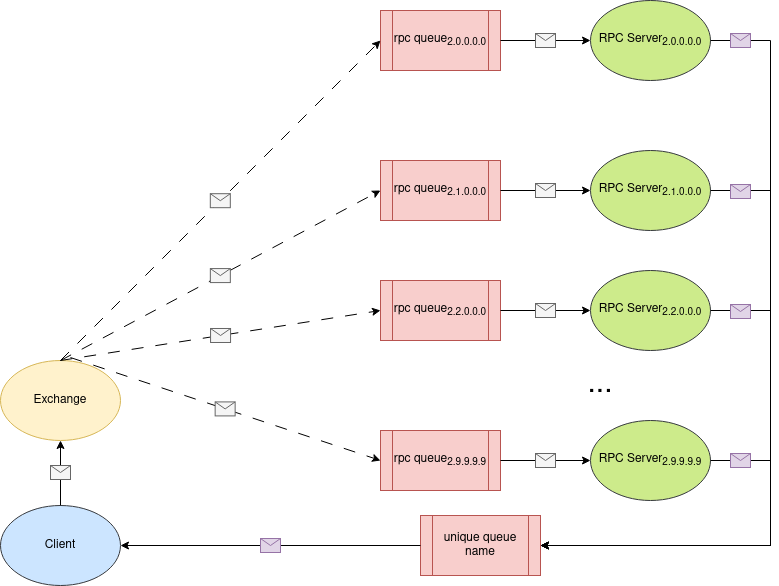
Above: resources/rpc_diagram.png in danyk20/CMS_DAQ_simulation (draw.io), before the change. Source tidied: cells renumbered, new cells last; positions are measured from the earlier drawing's top-left corner, leaving out a move shared by most shapes.
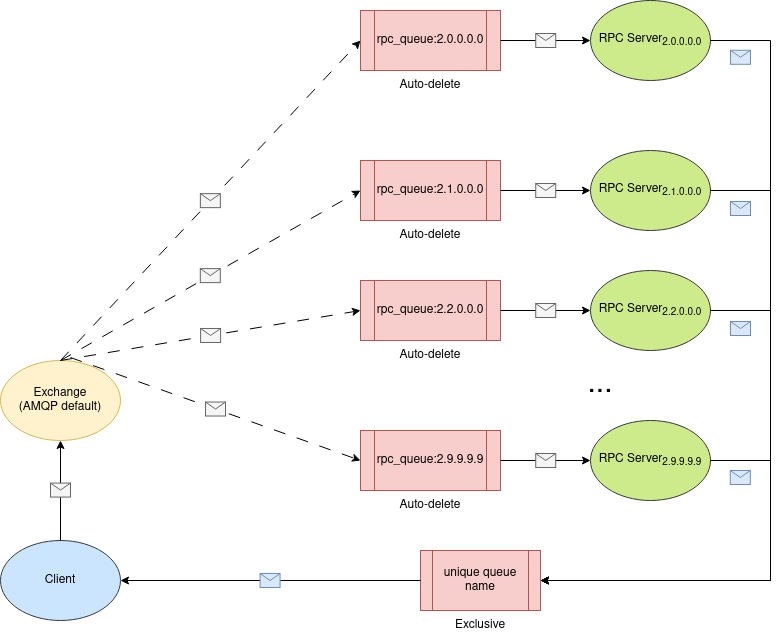
The same diagram one commit later.

Commit message:
docs: update diagrams to reflect current state

What changed in the source:
```diff
@@ -2,17 +2,17 @@
   <root>
     <mxCell id="0" />
     <mxCell id="1" parent="0" />
-    <mxCell id="2" value="Exchange" style="ellipse;whiteSpace=wrap;html=1;fillColor=#fff2cc;strokeColor=#d6b656;" parent="1" vertex="1">
+    <mxCell id="2" value="&lt;div&gt;Exchange&lt;/div&gt;&lt;div&gt;(AMQP default)&lt;br&gt;&lt;/div&gt;" style="ellipse;whiteSpace=wrap;html=1;fillColor=#fff2cc;strokeColor=#d6b656;" parent="1" vertex="1">
       <mxGeometry y="360" width="120" height="80" as="geometry" />
     </mxCell>
     <mxCell id="3" value="RPC Server&lt;sub&gt;2.0.0.0.0&lt;/sub&gt;" style="ellipse;whiteSpace=wrap;html=1;fillColor=#cdeb8b;strokeColor=#36393d;" parent="1" vertex="1">
       <mxGeometry x="590" width="120" height="80" as="geometry" />
     </mxCell>
-    <mxCell id="4" value="rpc queue&lt;sub&gt;2.0.0.0.0&lt;/sub&gt;" style="shape=process;whiteSpace=wrap;html=1;backgroundOutline=1;fillColor=#f8cecc;strokeColor=#b85450;" parent="1" vertex="1">
-      <mxGeometry x="380" y="10" width="120" height="60" as="geometry" />
+    <mxCell id="4" value="rpc_queue:2.0.0.0.0" style="shape=process;whiteSpace=wrap;html=1;backgroundOutline=1;fillColor=#f8cecc;strokeColor=#b85450;" parent="1" vertex="1">
+      <mxGeometry x="360" y="10" width="140" height="60" as="geometry" />
     </mxCell>
     <mxCell id="5" value="unique queue name" style="shape=process;whiteSpace=wrap;html=1;backgroundOutline=1;fillColor=#f8cecc;strokeColor=#b85450;" parent="1" vertex="1">
-      <mxGeometry x="420" y="515" width="120" height="60" as="geometry" />
+      <mxGeometry x="420" y="550" width="120" height="60" as="geometry" />
     </mxCell>
     <mxCell id="6" style="endArrow=classic;html=1;rounded=0;exitX=0.5;exitY=0;exitDx=0;exitDy=0;entryX=0;entryY=0.5;entryDx=0;entryDy=0;dashed=1;dashPattern=12 12;" parent="1" edge="1" source="2" target="4">
       <mxGeometry relative="1" as="geometry" />
@@ -33,7 +33,7 @@
     <mxCell id="10" style="endArrow=classic;html=1;rounded=0;entryX=1;entryY=0.5;entryDx=0;entryDy=0;exitX=0;exitY=0.5;exitDx=0;exitDy=0;" parent="1" edge="1" source="5" target="33">
       <mxGeometry relative="1" as="geometry" />
     </mxCell>
-    <mxCell id="11" style="shape=message;html=1;fillColor=#e1d5e7;strokeColor=#9673a6;" parent="10" vertex="1">
+    <mxCell id="11" style="shape=message;html=1;fillColor=#dae8fc;strokeColor=#6c8ebf;" parent="10" vertex="1">
       <mxGeometry width="20" height="14" relative="1" as="geometry">
         <mxPoint x="-10" y="-7" as="offset" />
       </mxGeometry>
@@ -42,11 +42,11 @@
       <mxGeometry relative="1" as="geometry">
         <Array as="points">
           <mxPoint x="770" y="40" />
-          <mxPoint x="770" y="545" />
+          <mxPoint x="770" y="580" />
         </Array>
       </mxGeometry>
     </mxCell>
-    <mxCell id="13" style="shape=message;html=1;fillColor=#e1d5e7;strokeColor=#9673a6;" parent="12" vertex="1">
+    <mxCell id="13" style="shape=message;html=1;fillColor=#dae8fc;strokeColor=#6c8ebf;" parent="12" vertex="1">
       <mxGeometry width="20" height="14" relative="1" as="geometry">
         <mxPoint x="-40" y="-345" as="offset" />
       </mxGeometry>
@@ -54,8 +54,8 @@
     <mxCell id="14" value="RPC Server&lt;sub&gt;2.1.0.0.0&lt;/sub&gt;" style="ellipse;whiteSpace=wrap;html=1;fillColor=#cdeb8b;strokeColor=#36393d;" parent="1" vertex="1">
       <mxGeometry x="590" y="150" width="120" height="80" as="geometry" />
     </mxCell>
-    <mxCell id="15" value="rpc queue&lt;sub&gt;2.1.0.0.0&lt;/sub&gt;" style="shape=process;whiteSpace=wrap;html=1;backgroundOutline=1;fillColor=#f8cecc;strokeColor=#b85450;" parent="1" vertex="1">
-      <mxGeometry x="380" y="160" width="120" height="60" as="geometry" />
+    <mxCell id="15" value="rpc_queue:2.1.0.0.0" style="shape=process;whiteSpace=wrap;html=1;backgroundOutline=1;fillColor=#f8cecc;strokeColor=#b85450;" parent="1" vertex="1">
+      <mxGeometry x="360" y="160" width="140" height="60" as="geometry" />
     </mxCell>
     <mxCell id="16" style="endArrow=classic;html=1;rounded=0;exitX=1;exitY=0.5;exitDx=0;exitDy=0;entryX=0;entryY=0.5;entryDx=0;entryDy=0;" parent="1" edge="1" source="15" target="14">
       <mxGeometry relative="1" as="geometry" />
@@ -76,8 +76,8 @@
     <mxCell id="20" value="RPC Server&lt;sub&gt;2.2.0.0.0&lt;/sub&gt;" style="ellipse;whiteSpace=wrap;html=1;fillColor=#cdeb8b;strokeColor=#36393d;" parent="1" vertex="1">
       <mxGeometry x="590" y="270" width="120" height="80" as="geometry" />
     </mxCell>
-    <mxCell id="21" value="rpc queue&lt;sub&gt;2.2.0.0.0&lt;/sub&gt;" style="shape=process;whiteSpace=wrap;html=1;backgroundOutline=1;fillColor=#f8cecc;strokeColor=#b85450;" parent="1" vertex="1">
-      <mxGeometry x="380" y="280" width="120" height="60" as="geometry" />
+    <mxCell id="21" value="rpc_queue:2.2.0.0.0" style="shape=process;whiteSpace=wrap;html=1;backgroundOutline=1;fillColor=#f8cecc;strokeColor=#b85450;" parent="1" vertex="1">
+      <mxGeometry x="360" y="280" width="140" height="60" as="geometry" />
     </mxCell>
     <mxCell id="22" style="endArrow=classic;html=1;rounded=0;exitX=1;exitY=0.5;exitDx=0;exitDy=0;entryX=0;entryY=0.5;entryDx=0;entryDy=0;" parent="1" edge="1" source="21" target="20">
       <mxGeometry relative="1" as="geometry" />
@@ -90,8 +90,8 @@
     <mxCell id="24" value="RPC Server&lt;sub&gt;2.9.9.9.9&lt;/sub&gt;" style="ellipse;whiteSpace=wrap;html=1;fillColor=#cdeb8b;strokeColor=#36393d;" parent="1" vertex="1">
       <mxGeometry x="590" y="420" width="120" height="80" as="geometry" />
     </mxCell>
-    <mxCell id="25" value="rpc queue&lt;sub&gt;2.9.9.9.9&lt;/sub&gt;" style="shape=process;whiteSpace=wrap;html=1;backgroundOutline=1;fillColor=#f8cecc;strokeColor=#b85450;" parent="1" vertex="1">
-      <mxGeometry x="380" y="430" width="120" height="60" as="geometry" />
+    <mxCell id="25" value="rpc_queue:2.9.9.9.9" style="shape=process;whiteSpace=wrap;html=1;backgroundOutline=1;fillColor=#f8cecc;strokeColor=#b85450;" parent="1" vertex="1">
+      <mxGeometry x="360" y="430" width="140" height="60" as="geometry" />
     </mxCell>
     <mxCell id="26" style="endArrow=classic;html=1;rounded=0;exitX=1;exitY=0.5;exitDx=0;exitDy=0;entryX=0;entryY=0.5;entryDx=0;entryDy=0;" parent="1" edge="1" source="25" target="24">
       <mxGeometry relative="1" as="geometry" />
@@ -121,7 +121,7 @@
       <mxGeometry x="570" y="370" width="60" height="30" as="geometry" />
     </mxCell>
     <mxCell id="33" value="Client" style="ellipse;whiteSpace=wrap;html=1;fillColor=#cce5ff;strokeColor=#36393d;" parent="1" vertex="1">
-      <mxGeometry y="505" width="120" height="80" as="geometry" />
+      <mxGeometry y="540" width="120" height="80" as="geometry" />
     </mxCell>
     <mxCell id="34" style="endArrow=classic;html=1;rounded=0;exitX=0.5;exitY=0;exitDx=0;exitDy=0;entryX=0.5;entryY=1;entryDx=0;entryDy=0;" parent="1" edge="1" source="33" target="2">
       <mxGeometry relative="1" as="geometry" />
@@ -135,24 +135,24 @@
       <mxGeometry relative="1" as="geometry">
         <Array as="points">
           <mxPoint x="770" y="460" />
-          <mxPoint x="770" y="545" />
+          <mxPoint x="770" y="580" />
         </Array>
       </mxGeometry>
     </mxCell>
-    <mxCell id="37" style="shape=message;html=1;fillColor=#e1d5e7;strokeColor=#9673a6;" parent="36" vertex="1">
+    <mxCell id="37" style="shape=message;html=1;fillColor=#dae8fc;strokeColor=#6c8ebf;" parent="36" vertex="1">
       <mxGeometry width="20" height="14" relative="1" as="geometry">
-        <mxPoint x="3" y="-92" as="offset" />
+        <mxPoint x="-15" y="-110" as="offset" />
       </mxGeometry>
     </mxCell>
     <mxCell id="38" style="endArrow=classic;html=1;rounded=0;exitX=1;exitY=0.5;exitDx=0;exitDy=0;entryX=1;entryY=0.5;entryDx=0;entryDy=0;" parent="1" edge="1" source="20" target="5">
       <mxGeometry relative="1" as="geometry">
         <Array as="points">
           <mxPoint x="770" y="310" />
-          <mxPoint x="770" y="545" />
+          <mxPoint x="770" y="580" />
         </Array>
       </mxGeometry>
     </mxCell>
-    <mxCell id="39" style="shape=message;html=1;fillColor=#e1d5e7;strokeColor=#9673a6;" parent="38" vertex="1">
+    <mxCell id="39" style="shape=message;html=1;fillColor=#dae8fc;strokeColor=#6c8ebf;" parent="38" vertex="1">
       <mxGeometry width="20" height="14" relative="1" as="geometry">
         <mxPoint x="-40" y="-209" as="offset" />
       </mxGeometry>
@@ -161,14 +161,29 @@
       <mxGeometry relative="1" as="geometry">
         <Array as="points">
           <mxPoint x="770" y="190" />
-          <mxPoint x="770" y="545" />
+          <mxPoint x="770" y="580" />
         </Array>
       </mxGeometry>
     </mxCell>
-    <mxCell id="41" style="shape=message;html=1;fillColor=#e1d5e7;strokeColor=#9673a6;" parent="40" vertex="1">
+    <mxCell id="41" style="shape=message;html=1;fillColor=#dae8fc;strokeColor=#6c8ebf;" parent="40" vertex="1">
       <mxGeometry width="20" height="14" relative="1" as="geometry">
         <mxPoint x="-40" y="-269" as="offset" />
       </mxGeometry>
     </mxCell>
+    <mxCell id="42" value="Auto-delete" style="text;html=1;strokeColor=none;fillColor=none;align=center;verticalAlign=middle;whiteSpace=wrap;rounded=0;" parent="1" vertex="1">
+      <mxGeometry x="395" y="70" width="70" height="30" as="geometry" />
+    </mxCell>
+    <mxCell id="43" value="Auto-delete" style="text;html=1;strokeColor=none;fillColor=none;align=center;verticalAlign=middle;whiteSpace=wrap;rounded=0;" parent="1" vertex="1">
+      <mxGeometry x="395" y="220" width="70" height="30" as="geometry" />
+    </mxCell>
+    <mxCell id="44" value="Auto-delete" style="text;html=1;strokeColor=none;fillColor=none;align=center;verticalAlign=middle;whiteSpace=wrap;rounded=0;" parent="1" vertex="1">
+      <mxGeometry x="395" y="340" width="70" height="30" as="geometry" />
+    </mxCell>
+    <mxCell id="45" value="Auto-delete" style="text;html=1;strokeColor=none;fillColor=none;align=center;verticalAlign=middle;whiteSpace=wrap;rounded=0;" parent="1" vertex="1">
+      <mxGeometry x="395" y="490" width="70" height="30" as="geometry" />
+    </mxCell>
+    <mxCell id="46" value="Exclusive" style="text;html=1;strokeColor=none;fillColor=none;align=center;verticalAlign=middle;whiteSpace=wrap;rounded=0;" parent="1" vertex="1">
+      <mxGeometry x="445" y="610" width="70" height="30" as="geometry" />
+    </mxCell>
   </root>
 </mxGraphModel>
```
